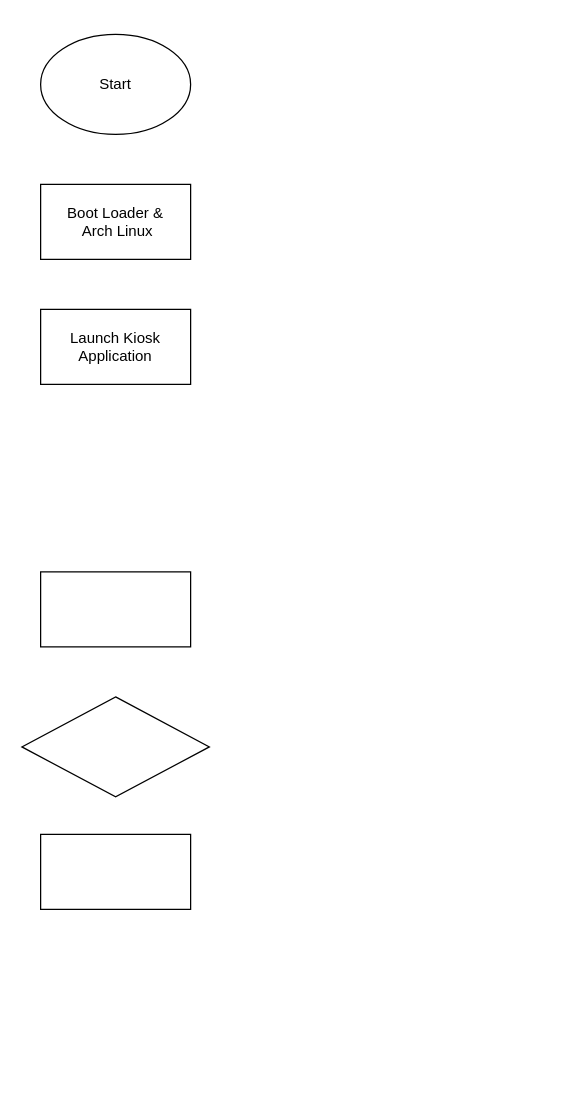
Above: Untitled Diagram.drawio in sanjaykumardk/drawio (draw.io), before the change. Source tidied: cells renumbered, new cells numbered last; positions are measured from the earlier drawing's top-left corner, leaving out a move shared by most shapes. Both pictures are drawn from the tidied source at 125%, with x=0, y=0 at pixel (21, 34).
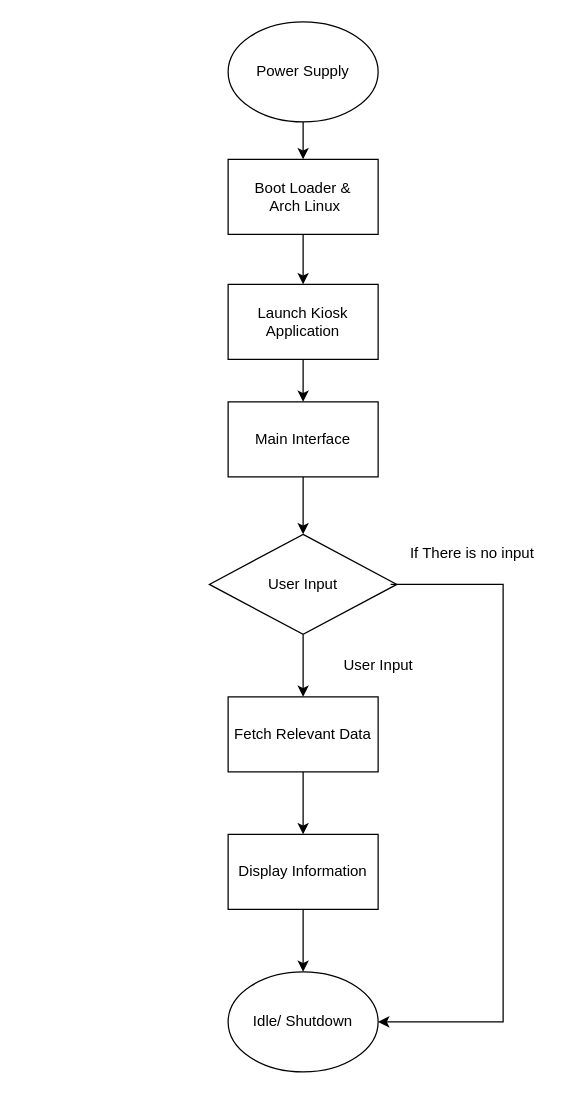
Above is the later version.

Change to the diagram source:
```diff
@@
-    <mxCell id="2" value="&lt;div align=&quot;center&quot;&gt;Start&lt;/div&gt;" style="ellipse;whiteSpace=wrap;html=1;align=center;" parent="1" vertex="1">
-      <mxGeometry x="15" width="120" height="80" as="geometry" />
+    <mxCell id="2" value="Power Supply" style="ellipse;whiteSpace=wrap;html=1;align=center;" parent="1" vertex="1">
+      <mxGeometry x="165" y="-10" width="120" height="80" as="geometry" />
     </mxCell>
     <mxCell id="3" value="&lt;div&gt;Boot Loader &amp;amp;&lt;/div&gt;&lt;div&gt;&amp;nbsp;Arch Linux&lt;/div&gt;" style="rounded=0;whiteSpace=wrap;html=1;" parent="1" vertex="1">
-      <mxGeometry x="15" y="120" width="120" height="60" as="geometry" />
+      <mxGeometry x="165" y="100" width="120" height="60" as="geometry" />
     </mxCell>
     <mxCell id="4" value="Launch Kiosk Application" style="rounded=0;whiteSpace=wrap;html=1;" parent="1" vertex="1">
-      <mxGeometry x="15" y="220" width="120" height="60" as="geometry" />
+      <mxGeometry x="165" y="200" width="120" height="60" as="geometry" />
     </mxCell>
-    <mxCell id="5" style="rounded=0;whiteSpace=wrap;html=1;" parent="1" vertex="1">
-      <mxGeometry x="15" y="430" width="120" height="60" as="geometry" />
+    <mxCell id="5" value="Main Interface" style="rounded=0;whiteSpace=wrap;html=1;" parent="1" vertex="1">
+      <mxGeometry x="165" y="294" width="120" height="60" as="geometry" />
     </mxCell>
-    <mxCell id="6" style="rhombus;whiteSpace=wrap;html=1;" parent="1" vertex="1">
-      <mxGeometry y="530" width="150" height="80" as="geometry" />
+    <mxCell id="6" value="User Input " style="rhombus;whiteSpace=wrap;html=1;" parent="1" vertex="1">
+      <mxGeometry x="150" y="400" width="150" height="80" as="geometry" />
     </mxCell>
+    <mxCell id="8" style="edgeStyle=orthogonalEdgeStyle;rounded=0;jettySize=auto;html=1;exitX=0.5;exitY=1;exitDx=0;exitDy=0;entryX=0.5;entryY=0;entryDx=0;entryDy=0;" parent="1" edge="1" source="7" target="10">
+      <mxGeometry relative="1" as="geometry" />
+    </mxCell>
-    <mxCell id="7" style="rounded=0;whiteSpace=wrap;html=1;" parent="1" vertex="1">
-      <mxGeometry x="15" y="640" width="120" height="60" as="geometry" />
+    <mxCell id="7" value="Fetch Relevant Data" style="rounded=0;whiteSpace=wrap;html=1;" parent="1" vertex="1">
+      <mxGeometry x="165" y="530" width="120" height="60" as="geometry" />
     </mxCell>
+    <mxCell id="9" style="edgeStyle=orthogonalEdgeStyle;rounded=0;jettySize=auto;html=1;exitX=0.5;exitY=1;exitDx=0;exitDy=0;entryX=0.5;entryY=0;entryDx=0;entryDy=0;" parent="1" edge="1" source="10" target="11">
+      <mxGeometry relative="1" as="geometry" />
+    </mxCell>
+    <mxCell id="10" value="Display Information" style="rounded=0;whiteSpace=wrap;html=1;" parent="1" vertex="1">
+      <mxGeometry x="165" y="640" width="120" height="60" as="geometry" />
+    </mxCell>
+    <mxCell id="11" value="Idle/ Shutdown" style="ellipse;whiteSpace=wrap;html=1;align=center;" parent="1" vertex="1">
+      <mxGeometry x="165" y="750" width="120" height="80" as="geometry" />
+    </mxCell>
+    <mxCell id="12" style="edgeStyle=none;jettySize=auto;html=1;rounded=0;entryX=1;entryY=0.5;entryDx=0;entryDy=0;" parent="1" edge="1" target="11">
+      <mxGeometry relative="1" as="geometry">
+        <mxPoint x="295" y="440" as="sourcePoint" />
+        <Array as="points">
+          <mxPoint x="385" y="440" />
+          <mxPoint x="385" y="790" />
+        </Array>
+      </mxGeometry>
+    </mxCell>
+    <mxCell id="13" style="endArrow=classic;html=1;rounded=0;entryX=0.5;entryY=0;entryDx=0;entryDy=0;" parent="1" edge="1" source="2" target="3">
+      <mxGeometry relative="1" as="geometry" />
+    </mxCell>
+    <mxCell id="14" style="endArrow=classic;html=1;rounded=0;exitX=0.5;exitY=1;exitDx=0;exitDy=0;entryX=0.5;entryY=0;entryDx=0;entryDy=0;" parent="1" edge="1" source="3" target="4">
+      <mxGeometry relative="1" as="geometry" />
+    </mxCell>
+    <mxCell id="15" style="endArrow=classic;html=1;rounded=0;exitX=0.5;exitY=1;exitDx=0;exitDy=0;entryX=0.5;entryY=0;entryDx=0;entryDy=0;" parent="1" edge="1" source="4" target="5">
+      <mxGeometry relative="1" as="geometry" />
+    </mxCell>
+    <mxCell id="16" style="endArrow=classic;html=1;rounded=0;exitX=0.5;exitY=1;exitDx=0;exitDy=0;entryX=0.5;entryY=0;entryDx=0;entryDy=0;" parent="1" edge="1" source="5" target="6">
+      <mxGeometry relative="1" as="geometry" />
+    </mxCell>
+    <mxCell id="17" style="endArrow=classic;html=1;rounded=0;entryX=0.5;entryY=0;entryDx=0;entryDy=0;" parent="1" edge="1" target="7">
+      <mxGeometry relative="1" as="geometry">
+        <mxPoint x="225" y="480" as="sourcePoint" />
+      </mxGeometry>
+    </mxCell>
+    <mxCell id="18" value="If There is no input " style="text;html=1;align=center;verticalAlign=middle;strokeColor=none;fillColor=none;" parent="1" vertex="1">
+      <mxGeometry x="300" y="400" width="120" height="30" as="geometry" />
+    </mxCell>
+    <mxCell id="19" value="User Input" style="text;html=1;align=center;verticalAlign=middle;strokeColor=none;fillColor=none;" parent="1" vertex="1">
+      <mxGeometry x="245" y="490" width="80" height="30" as="geometry" />
+    </mxCell>
```
